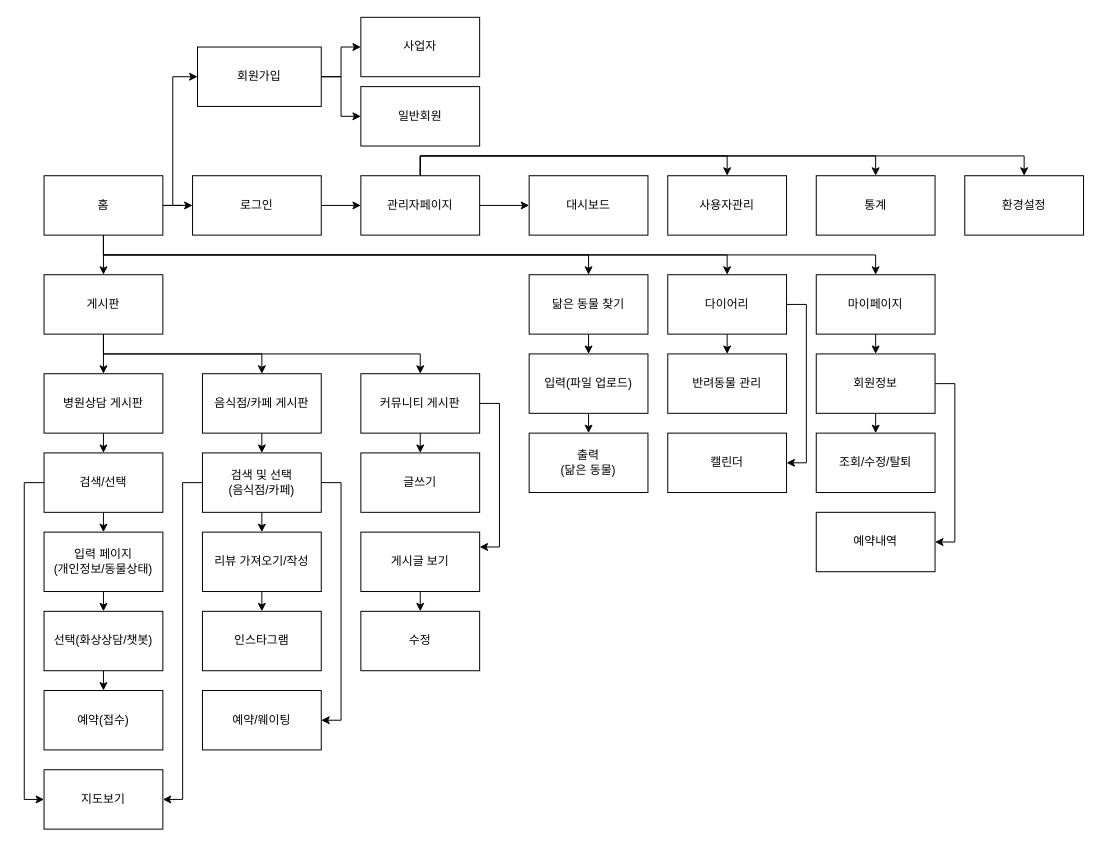
Janggeun-Lee/mygit keeps this draw.io diagram as page "Page-1" (1 of 2) of Untitled Diagram.drawio. Above is the earlier version. Source tidied: cells renumbered, new cells numbered last; positions are measured from the earlier drawing's top-left corner, leaving out a move shared by most shapes. Both pictures are drawn from the tidied source at 99%, with x=0, y=0 at pixel (44, 17).
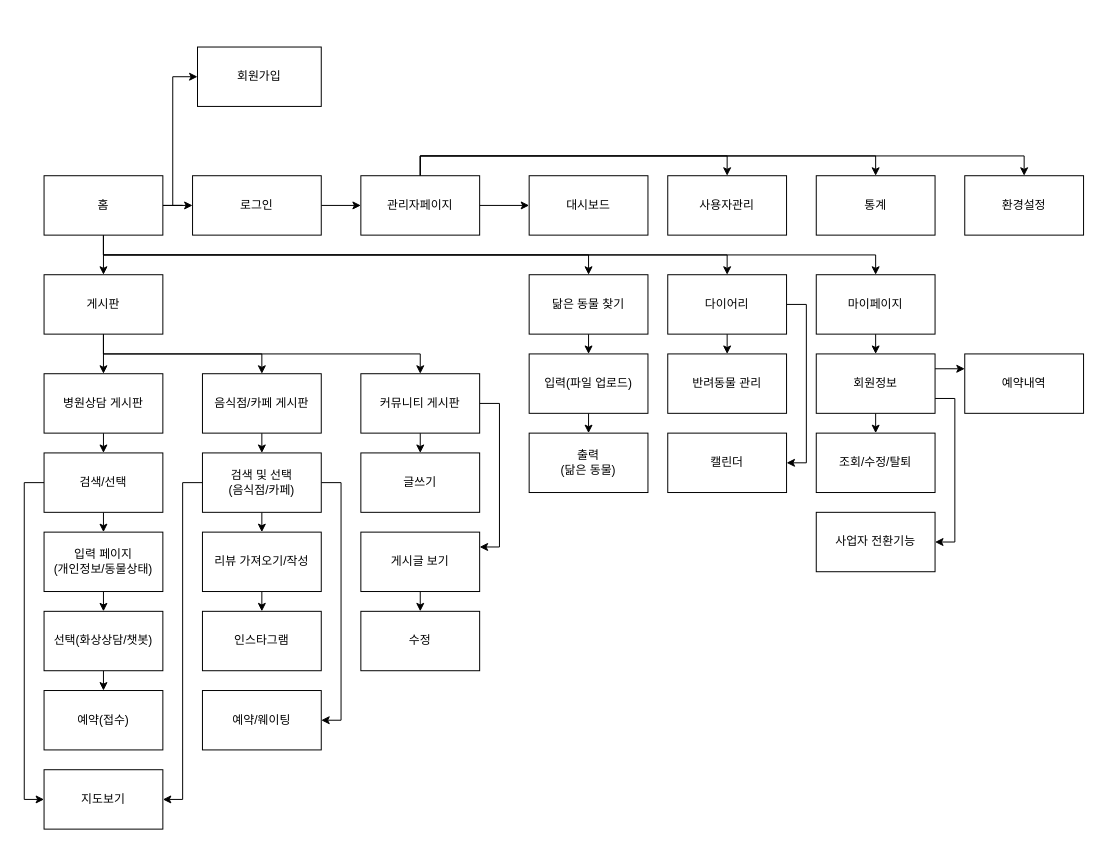
After the change.

Unchanged cells that the change refers to:
```xml
<mxCell id="15" value="회원가입" style="rounded=0;whiteSpace=wrap;html=1;" parent="1" vertex="1">
  <mxGeometry x="155" y="30" width="125" height="60" as="geometry" />
</mxCell>
<mxCell id="58" value="회원정보" style="whiteSpace=wrap;html=1;" parent="1" vertex="1">
  <mxGeometry x="780" y="340" width="120" height="60" as="geometry" />
</mxCell>
```

Diff of the diagram source:
```diff
@@
-    <mxCell id="13" style="edgeStyle=orthogonalEdgeStyle;rounded=0;jettySize=auto;html=1;exitX=1;exitY=0.5;exitDx=0;exitDy=0;entryX=0;entryY=0.5;entryDx=0;entryDy=0;" parent="1" edge="1" source="15" target="19">
-      <mxGeometry relative="1" as="geometry" />
-    </mxCell>
-    <mxCell id="14" style="edgeStyle=orthogonalEdgeStyle;rounded=0;jettySize=auto;html=1;exitX=1;exitY=0.5;exitDx=0;exitDy=0;entryX=0;entryY=0.5;entryDx=0;entryDy=0;" parent="1" edge="1" source="15" target="20">
-      <mxGeometry relative="1" as="geometry" />
-    </mxCell>
@@
-    <mxCell id="19" value="사업자" style="rounded=0;whiteSpace=wrap;html=1;" parent="1" vertex="1">
-      <mxGeometry x="320" width="120" height="60" as="geometry" />
-    </mxCell>
-    <mxCell id="20" value="일반회원" style="rounded=0;whiteSpace=wrap;html=1;" parent="1" vertex="1">
-      <mxGeometry x="320" y="70" width="120" height="60" as="geometry" />
-    </mxCell>
@@
-    <mxCell id="57" style="edgeStyle=orthogonalEdgeStyle;rounded=0;jettySize=auto;html=1;exitX=1;exitY=0.5;exitDx=0;exitDy=0;entryX=1;entryY=0.5;entryDx=0;entryDy=0;" parent="1" edge="1" source="58" target="60">
+    <mxCell id="57" style="edgeStyle=orthogonalEdgeStyle;rounded=0;jettySize=auto;html=1;exitX=1;exitY=0.25;exitDx=0;exitDy=0;entryX=0;entryY=0.25;entryDx=0;entryDy=0;" parent="1" edge="1" source="58" target="60">
       <mxGeometry relative="1" as="geometry" />
     </mxCell>
+    <mxCell id="75" style="edgeStyle=orthogonalEdgeStyle;rounded=0;jettySize=auto;html=1;exitX=1;exitY=0.75;exitDx=0;exitDy=0;entryX=1;entryY=0.5;entryDx=0;entryDy=0;" parent="1" edge="1" source="58" target="76">
+      <mxGeometry relative="1" as="geometry" />
+    </mxCell>
@@
-    <mxCell id="60" value="예약내역" style="whiteSpace=wrap;html=1;" parent="1" vertex="1">
-      <mxGeometry x="780" y="500" width="120" height="60" as="geometry" />
-    </mxCell>
@@
+    <mxCell id="60" value="예약내역" style="whiteSpace=wrap;html=1;" parent="1" vertex="1">
+      <mxGeometry x="930" y="340" width="120" height="60" as="geometry" />
+    </mxCell>
+    <mxCell id="76" value="사업자 전환기능" style="whiteSpace=wrap;html=1;" parent="1" vertex="1">
+      <mxGeometry x="780" y="500" width="120" height="60" as="geometry" />
+    </mxCell>
```
